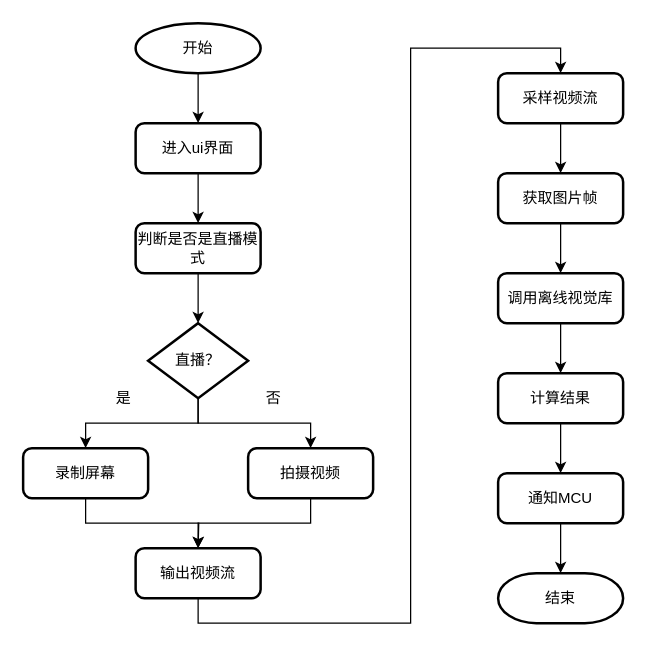
This is page "第 2 页" (2 of 2) of T2093.drawio from liuao2010/drawio, a draw.io file, before an edit. Source tidied: cells renumbered, new cells numbered last; positions are measured from the earlier drawing's top-left corner, leaving out a move shared by most shapes. Both pictures are drawn from the tidied source at 125%, with x=0, y=0 at pixel (22, 22).
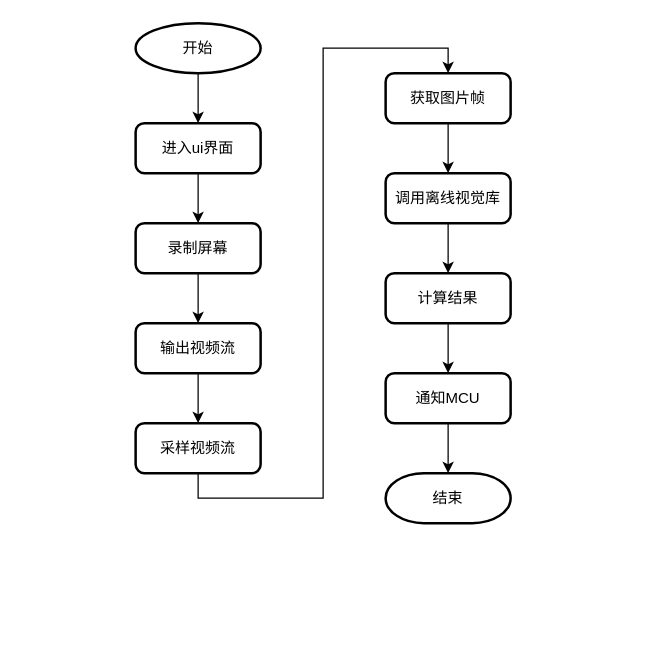
The same page after the edit.

Unchanged cells that the change refers to:
```xml
<mxCell id="5" value="进入ui界面" style="rounded=1;whiteSpace=wrap;html=1;absoluteArcSize=1;arcSize=14;strokeWidth=2;" parent="1" vertex="1">
  <mxGeometry x="90" y="80" width="100" height="40" as="geometry" />
</mxCell>
```

The edit, as a diff of the source:
```diff
@@
-    <mxCell id="4" style="edgeStyle=orthogonalEdgeStyle;rounded=0;jettySize=auto;html=1;exitX=0.5;exitY=1;exitDx=0;exitDy=0;entryX=0.5;entryY=0;entryDx=0;entryDy=0;" parent="1" edge="1" source="5" target="7">
-      <mxGeometry relative="1" as="geometry" />
+    <mxCell id="4" style="edgeStyle=orthogonalEdgeStyle;rounded=0;jettySize=auto;html=1;exitX=0.5;exitY=1;exitDx=0;exitDy=0;entryX=0.5;entryY=0;entryDx=0;entryDy=0;" parent="1" edge="1" source="5">
+      <mxGeometry relative="1" as="geometry">
+        <mxPoint x="140" y="160" as="targetPoint" />
+      </mxGeometry>
     </mxCell>
@@
-    <mxCell id="6" style="edgeStyle=orthogonalEdgeStyle;rounded=0;jettySize=auto;html=1;exitX=0.5;exitY=1;exitDx=0;exitDy=0;entryX=0.5;entryY=0;entryDx=0;entryDy=0;entryPerimeter=0;" parent="1" edge="1" source="7" target="10">
-      <mxGeometry relative="1" as="geometry" />
-    </mxCell>
-    <mxCell id="7" value="判断是否是直播模式" style="rounded=1;whiteSpace=wrap;html=1;absoluteArcSize=1;arcSize=14;strokeWidth=2;" parent="1" vertex="1">
-      <mxGeometry x="90" y="160" width="100" height="40" as="geometry" />
-    </mxCell>
-    <mxCell id="8" style="edgeStyle=orthogonalEdgeStyle;rounded=0;jettySize=auto;html=1;exitX=0.5;exitY=1;exitDx=0;exitDy=0;exitPerimeter=0;entryX=0.5;entryY=0;entryDx=0;entryDy=0;" parent="1" edge="1" source="10" target="12">
-      <mxGeometry relative="1" as="geometry" />
-    </mxCell>
-    <mxCell id="9" style="edgeStyle=orthogonalEdgeStyle;rounded=0;jettySize=auto;html=1;exitX=0.5;exitY=1;exitDx=0;exitDy=0;exitPerimeter=0;entryX=0.5;entryY=0;entryDx=0;entryDy=0;" parent="1" edge="1" source="10" target="14">
-      <mxGeometry relative="1" as="geometry" />
-    </mxCell>
-    <mxCell id="10" value="直播？" style="strokeWidth=2;html=1;shape=mxgraph.flowchart.decision;whiteSpace=wrap;" parent="1" vertex="1">
-      <mxGeometry x="100" y="240" width="80" height="60" as="geometry" />
-    </mxCell>
-    <mxCell id="11" style="edgeStyle=orthogonalEdgeStyle;rounded=0;jettySize=auto;html=1;exitX=0.5;exitY=1;exitDx=0;exitDy=0;" parent="1" edge="1" source="12">
-      <mxGeometry relative="1" as="geometry">
-        <mxPoint x="140" y="420" as="targetPoint" />
-      </mxGeometry>
-    </mxCell>
+    <mxCell id="30" style="edgeStyle=orthogonalEdgeStyle;rounded=0;jettySize=auto;html=1;exitX=0.5;exitY=1;exitDx=0;exitDy=0;entryX=0.5;entryY=0;entryDx=0;entryDy=0;" parent="1" edge="1" source="12" target="16">
+      <mxGeometry relative="1" as="geometry" />
+    </mxCell>
     <mxCell id="12" value="录制屏幕" style="rounded=1;whiteSpace=wrap;html=1;absoluteArcSize=1;arcSize=14;strokeWidth=2;" parent="1" vertex="1">
-      <mxGeometry y="340" width="100" height="40" as="geometry" />
+      <mxGeometry x="90" y="160" width="100" height="40" as="geometry" />
     </mxCell>
-    <mxCell id="13" style="edgeStyle=orthogonalEdgeStyle;rounded=0;jettySize=auto;html=1;exitX=0.5;exitY=1;exitDx=0;exitDy=0;entryX=0.5;entryY=0;entryDx=0;entryDy=0;" parent="1" edge="1" source="14" target="16">
-      <mxGeometry relative="1" as="geometry" />
-    </mxCell>
-    <mxCell id="14" value="拍摄视频" style="rounded=1;whiteSpace=wrap;html=1;absoluteArcSize=1;arcSize=14;strokeWidth=2;" parent="1" vertex="1">
-      <mxGeometry x="180" y="340" width="100" height="40" as="geometry" />
-    </mxCell>
     <mxCell id="15" style="edgeStyle=orthogonalEdgeStyle;rounded=0;jettySize=auto;html=1;exitX=0.5;exitY=1;exitDx=0;exitDy=0;entryX=0.5;entryY=0;entryDx=0;entryDy=0;" parent="1" edge="1" source="16" target="18">
-      <mxGeometry relative="1" as="geometry">
-        <Array as="points">
-          <mxPoint x="140" y="480" />
-          <mxPoint x="310" y="480" />
-          <mxPoint x="310" y="20" />
-          <mxPoint x="430" y="20" />
-        </Array>
-      </mxGeometry>
+      <mxGeometry relative="1" as="geometry" />
     </mxCell>
     <mxCell id="16" value="输出视频流" style="rounded=1;whiteSpace=wrap;html=1;absoluteArcSize=1;arcSize=14;strokeWidth=2;" parent="1" vertex="1">
-      <mxGeometry x="90" y="420" width="100" height="40" as="geometry" />
+      <mxGeometry x="90" y="240" width="100" height="40" as="geometry" />
     </mxCell>
@@
     <mxCell id="18" value="采样视频流" style="rounded=1;whiteSpace=wrap;html=1;absoluteArcSize=1;arcSize=14;strokeWidth=2;" parent="1" vertex="1">
-      <mxGeometry x="380" y="40" width="100" height="40" as="geometry" />
+      <mxGeometry x="90" y="320" width="100" height="40" as="geometry" />
     </mxCell>
@@
     <mxCell id="20" value="获取图片帧" style="rounded=1;whiteSpace=wrap;html=1;absoluteArcSize=1;arcSize=14;strokeWidth=2;" parent="1" vertex="1">
-      <mxGeometry x="380" y="120" width="100" height="40" as="geometry" />
+      <mxGeometry x="290" y="40" width="100" height="40" as="geometry" />
     </mxCell>
@@
     <mxCell id="22" value="调用离线视觉库" style="rounded=1;whiteSpace=wrap;html=1;absoluteArcSize=1;arcSize=14;strokeWidth=2;" parent="1" vertex="1">
-      <mxGeometry x="380" y="200" width="100" height="40" as="geometry" />
+      <mxGeometry x="290" y="120" width="100" height="40" as="geometry" />
     </mxCell>
@@
     <mxCell id="24" value="计算结果" style="rounded=1;whiteSpace=wrap;html=1;absoluteArcSize=1;arcSize=14;strokeWidth=2;" parent="1" vertex="1">
-      <mxGeometry x="380" y="280" width="100" height="40" as="geometry" />
+      <mxGeometry x="290" y="200" width="100" height="40" as="geometry" />
     </mxCell>
@@
     <mxCell id="26" value="通知MCU" style="rounded=1;whiteSpace=wrap;html=1;absoluteArcSize=1;arcSize=14;strokeWidth=2;" parent="1" vertex="1">
-      <mxGeometry x="380" y="360" width="100" height="40" as="geometry" />
+      <mxGeometry x="290" y="280" width="100" height="40" as="geometry" />
     </mxCell>
     <mxCell id="27" value="结束" style="strokeWidth=2;html=1;shape=mxgraph.flowchart.terminator;whiteSpace=wrap;" parent="1" vertex="1">
-      <mxGeometry x="380" y="440" width="100" height="40" as="geometry" />
+      <mxGeometry x="290" y="360" width="100" height="40" as="geometry" />
     </mxCell>
-    <mxCell id="28" value="是" style="text;html=1;align=center;verticalAlign=middle;" parent="1" vertex="1">
-      <mxGeometry x="65" y="290" width="30" height="20" as="geometry" />
-    </mxCell>
-    <mxCell id="29" value="否" style="text;html=1;align=center;verticalAlign=middle;" parent="1" vertex="1">
-      <mxGeometry x="185" y="290" width="30" height="20" as="geometry" />
-    </mxCell>
```
